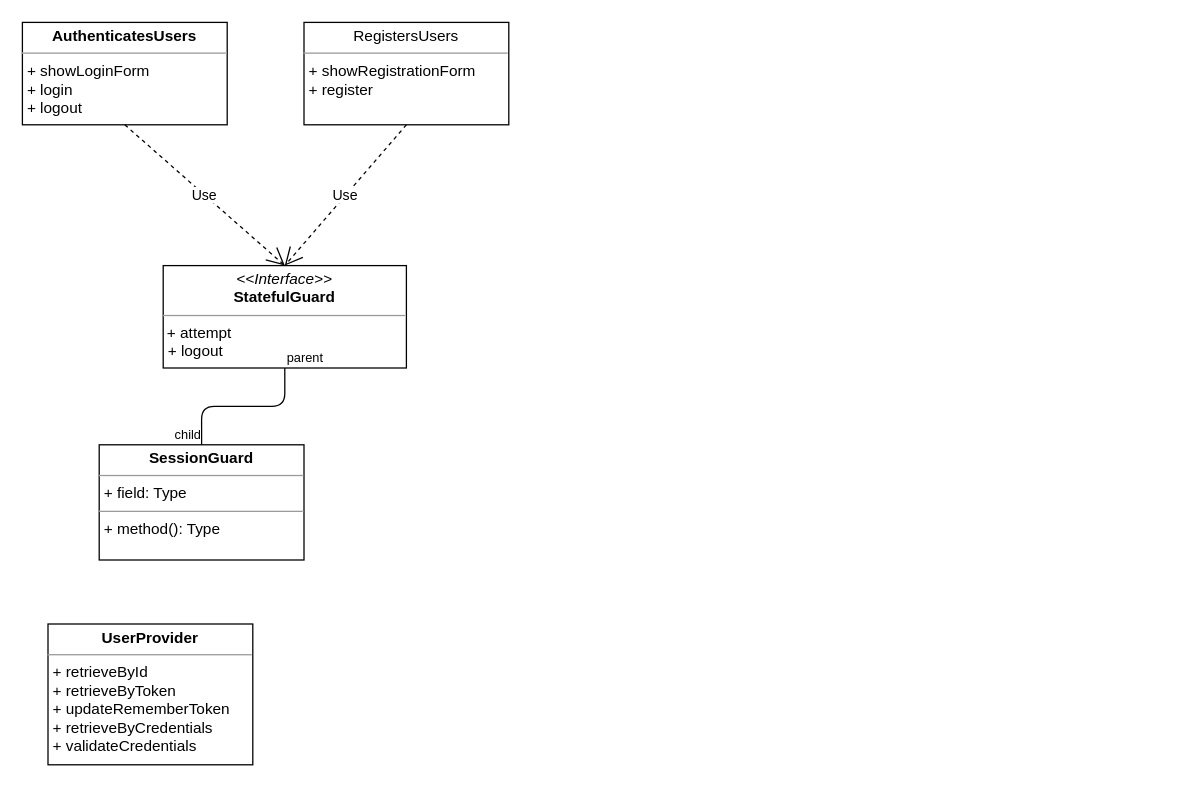
Before: laravel-auth.drawio in zhchenxin/flow, a draw.io diagram. Source tidied: cells renumbered, new cells numbered last; positions are measured from the earlier drawing's top-left corner, leaving out a move shared by most shapes. Both pictures are drawn from the tidied source at 128%, with x=0, y=0 at pixel (22, 22).
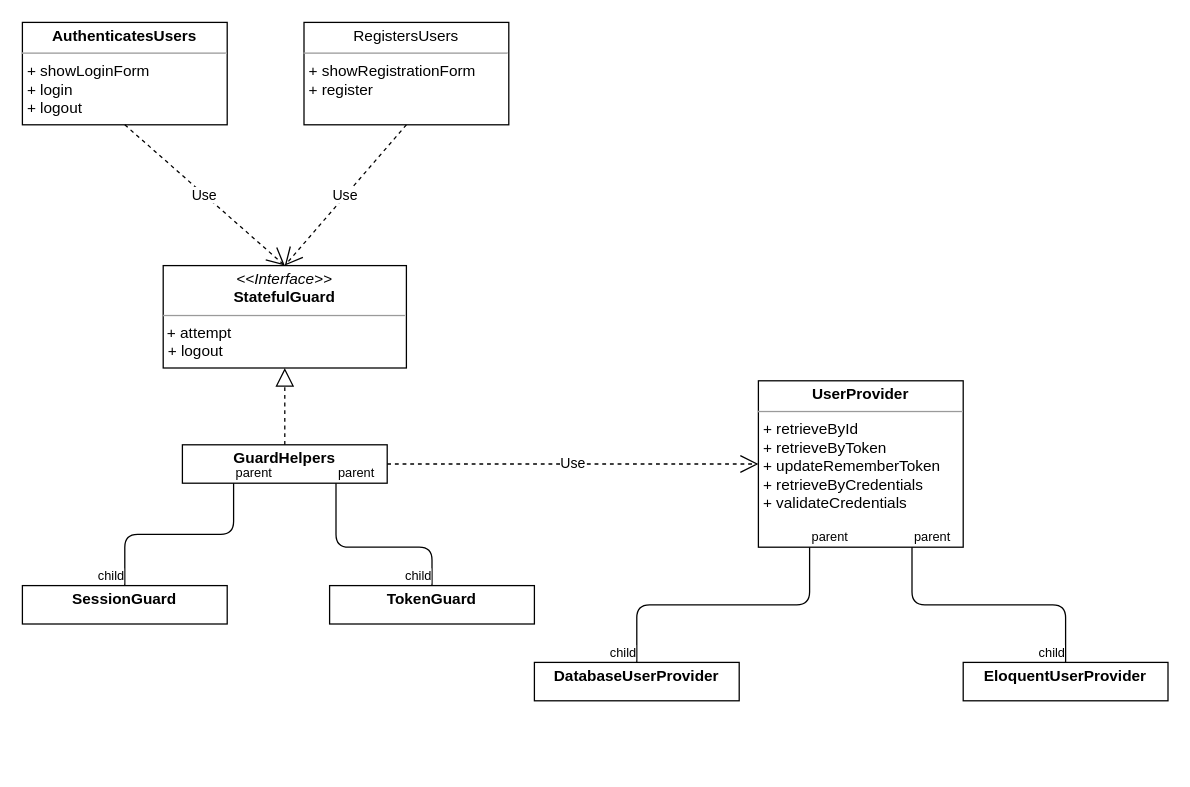
The same page after the edit.

Unchanged cells that the change refers to:
```xml
<mxCell id="6" value="&lt;p style=&quot;margin: 0px ; margin-top: 4px ; text-align: center&quot;&gt;&lt;i&gt;&amp;lt;&amp;lt;Interface&amp;gt;&amp;gt;&lt;/i&gt;&lt;br&gt;&lt;b&gt;StatefulGuard&lt;/b&gt;&lt;br&gt;&lt;/p&gt;&lt;hr size=&quot;1&quot;&gt;&lt;p style=&quot;margin: 0px ; margin-left: 4px&quot;&gt;&lt;/p&gt;&amp;nbsp;+ attempt&lt;p style=&quot;margin: 0px ; margin-left: 4px&quot;&gt;+ logout&lt;/p&gt;" style="verticalAlign=top;align=left;overflow=fill;fontSize=12;fontFamily=Helvetica;html=1;" parent="1" vertex="1">
  <mxGeometry x="110" y="190" width="190" height="80" as="geometry" />
</mxCell>
```

Diff of the diagram source:
```diff
@@
-    <mxCell id="7" value="&lt;p style=&quot;margin: 0px ; margin-top: 4px ; text-align: center&quot;&gt;&lt;b&gt;SessionGuard&lt;/b&gt;&lt;/p&gt;&lt;hr size=&quot;1&quot;&gt;&lt;p style=&quot;margin: 0px ; margin-left: 4px&quot;&gt;+ field: Type&lt;/p&gt;&lt;hr size=&quot;1&quot;&gt;&lt;p style=&quot;margin: 0px ; margin-left: 4px&quot;&gt;+ method(): Type&lt;/p&gt;" style="verticalAlign=top;align=left;overflow=fill;fontSize=12;fontFamily=Helvetica;html=1;" parent="1" vertex="1">
-      <mxGeometry x="60" y="330" width="160" height="90" as="geometry" />
+    <mxCell id="7" value="&lt;p style=&quot;margin: 0px ; margin-top: 4px ; text-align: center&quot;&gt;&lt;b&gt;GuardHelpers&lt;/b&gt;&lt;/p&gt;" style="verticalAlign=top;align=left;overflow=fill;fontSize=12;fontFamily=Helvetica;html=1;" parent="1" vertex="1">
+      <mxGeometry x="125" y="330" width="160" height="30" as="geometry" />
     </mxCell>
-    <mxCell id="8" style="endArrow=none;html=1;edgeStyle=orthogonalEdgeStyle;exitX=0.5;exitY=1;exitDx=0;exitDy=0;" parent="1" edge="1" source="6" target="7">
-      <mxGeometry relative="1" as="geometry" />
+    <mxCell id="8" style="endArrow=none;html=1;edgeStyle=orthogonalEdgeStyle;exitX=0.25;exitY=1;exitDx=0;exitDy=0;entryX=0.5;entryY=0;entryDx=0;entryDy=0;" parent="1" edge="1" source="7" target="21">
+      <mxGeometry relative="1" as="geometry">
+        <Array as="points">
+          <mxPoint x="165" y="400" />
+          <mxPoint x="80" y="400" />
+        </Array>
+      </mxGeometry>
     </mxCell>
@@
     <mxCell id="11" value="&lt;p style=&quot;margin: 0px ; margin-top: 4px ; text-align: center&quot;&gt;&lt;b&gt;UserProvider&lt;/b&gt;&lt;/p&gt;&lt;hr size=&quot;1&quot;&gt;&lt;p style=&quot;margin: 0px ; margin-left: 4px&quot;&gt;+ retrieveById&lt;/p&gt;&lt;p style=&quot;margin: 0px ; margin-left: 4px&quot;&gt;+&amp;nbsp;retrieveByToken&lt;/p&gt;&lt;p style=&quot;margin: 0px ; margin-left: 4px&quot;&gt;+&amp;nbsp;updateRememberToken&lt;/p&gt;&lt;p style=&quot;margin: 0px ; margin-left: 4px&quot;&gt;+&amp;nbsp;retrieveByCredentials&lt;/p&gt;&lt;p style=&quot;margin: 0px ; margin-left: 4px&quot;&gt;+&amp;nbsp;validateCredentials&lt;/p&gt;" style="verticalAlign=top;align=left;overflow=fill;fontSize=12;fontFamily=Helvetica;html=1;" parent="1" vertex="1">
-      <mxGeometry x="20" y="470" width="160" height="110" as="geometry" />
+      <mxGeometry x="575" y="280" width="160" height="130" as="geometry" />
     </mxCell>
+    <mxCell id="12" value="Use" style="endArrow=open;endSize=12;dashed=1;html=1;entryX=0;entryY=0.5;entryDx=0;entryDy=0;exitX=1;exitY=0.5;exitDx=0;exitDy=0;" parent="1" edge="1" source="7" target="11">
+      <mxGeometry relative="1" as="geometry" />
+    </mxCell>
+    <mxCell id="13" value="&lt;p style=&quot;margin: 0px ; margin-top: 4px ; text-align: center&quot;&gt;&lt;b&gt;DatabaseUserProvider&lt;/b&gt;&lt;br&gt;&lt;/p&gt;&lt;p style=&quot;margin: 0px ; margin-left: 4px&quot;&gt;&lt;br&gt;&lt;/p&gt;" style="verticalAlign=top;align=left;overflow=fill;fontSize=12;fontFamily=Helvetica;html=1;" parent="1" vertex="1">
+      <mxGeometry x="400" y="500" width="160" height="30" as="geometry" />
+    </mxCell>
+    <mxCell id="14" style="endArrow=none;html=1;edgeStyle=orthogonalEdgeStyle;exitX=0.25;exitY=1;exitDx=0;exitDy=0;" parent="1" edge="1" source="11" target="13">
+      <mxGeometry relative="1" as="geometry" />
+    </mxCell>
+    <mxCell id="15" value="parent" style="html=1;align=left;verticalAlign=bottom;labelBackgroundColor=#ffffff;fontSize=10;" parent="14" vertex="1">
+      <mxGeometry x="-1" relative="1" as="geometry" />
+    </mxCell>
+    <mxCell id="16" value="child" style="html=1;align=right;verticalAlign=bottom;labelBackgroundColor=#ffffff;fontSize=10;" parent="14" vertex="1">
+      <mxGeometry x="1" relative="1" as="geometry" />
+    </mxCell>
+    <mxCell id="17" value="&lt;p style=&quot;margin: 0px ; margin-top: 4px ; text-align: center&quot;&gt;&lt;b&gt;EloquentUserProvider&lt;/b&gt;&lt;br&gt;&lt;/p&gt;" style="verticalAlign=top;align=left;overflow=fill;fontSize=12;fontFamily=Helvetica;html=1;" parent="1" vertex="1">
+      <mxGeometry x="735" y="500" width="160" height="30" as="geometry" />
+    </mxCell>
+    <mxCell id="18" style="endArrow=none;html=1;edgeStyle=orthogonalEdgeStyle;exitX=0.75;exitY=1;exitDx=0;exitDy=0;" parent="1" edge="1" source="11" target="17">
+      <mxGeometry relative="1" as="geometry" />
+    </mxCell>
+    <mxCell id="19" value="parent" style="html=1;align=left;verticalAlign=bottom;labelBackgroundColor=#ffffff;fontSize=10;" parent="18" vertex="1">
+      <mxGeometry x="-1" relative="1" as="geometry" />
+    </mxCell>
+    <mxCell id="20" value="child" style="html=1;align=right;verticalAlign=bottom;labelBackgroundColor=#ffffff;fontSize=10;" parent="18" vertex="1">
+      <mxGeometry x="1" relative="1" as="geometry" />
+    </mxCell>
+    <mxCell id="21" value="&lt;p style=&quot;margin: 0px ; margin-top: 4px ; text-align: center&quot;&gt;&lt;b&gt;SessionGuard&lt;/b&gt;&lt;/p&gt;" style="verticalAlign=top;align=left;overflow=fill;fontSize=12;fontFamily=Helvetica;html=1;" parent="1" vertex="1">
+      <mxGeometry y="440" width="160" height="30" as="geometry" />
+    </mxCell>
+    <mxCell id="22" value="&lt;p style=&quot;margin: 0px ; margin-top: 4px ; text-align: center&quot;&gt;&lt;b&gt;TokenGuard&lt;/b&gt;&lt;/p&gt;" style="verticalAlign=top;align=left;overflow=fill;fontSize=12;fontFamily=Helvetica;html=1;" parent="1" vertex="1">
+      <mxGeometry x="240" y="440" width="160" height="30" as="geometry" />
+    </mxCell>
+    <mxCell id="23" style="endArrow=block;dashed=1;endFill=0;endSize=12;html=1;entryX=0.5;entryY=1;entryDx=0;entryDy=0;exitX=0.5;exitY=0;exitDx=0;exitDy=0;" parent="1" edge="1" source="7" target="6">
+      <mxGeometry relative="1" as="geometry" />
+    </mxCell>
+    <mxCell id="24" style="endArrow=none;html=1;edgeStyle=orthogonalEdgeStyle;exitX=0.75;exitY=1;exitDx=0;exitDy=0;entryX=0.5;entryY=0;entryDx=0;entryDy=0;" parent="1" edge="1" source="7" target="22">
+      <mxGeometry relative="1" as="geometry">
+        <Array as="points">
+          <mxPoint x="245" y="410" />
+          <mxPoint x="320" y="410" />
+        </Array>
+      </mxGeometry>
+    </mxCell>
+    <mxCell id="25" value="parent" style="html=1;align=left;verticalAlign=bottom;labelBackgroundColor=#ffffff;fontSize=10;" parent="24" vertex="1">
+      <mxGeometry x="-1" relative="1" as="geometry" />
+    </mxCell>
+    <mxCell id="26" value="child" style="html=1;align=right;verticalAlign=bottom;labelBackgroundColor=#ffffff;fontSize=10;" parent="24" vertex="1">
+      <mxGeometry x="1" relative="1" as="geometry" />
+    </mxCell>
```
